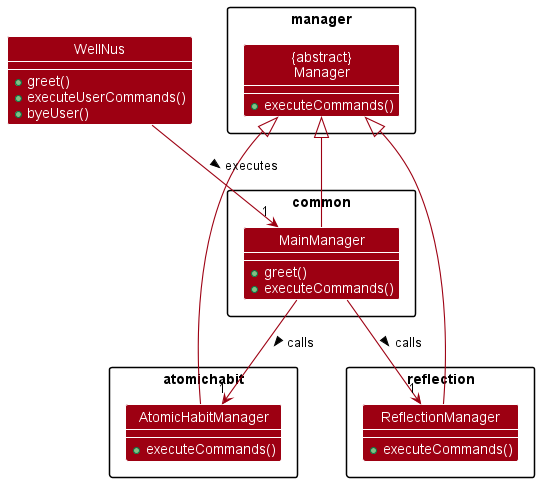
The PlantUML diagram docs/diagrams/Manager.png in wenxin-c/tp, before a commit.
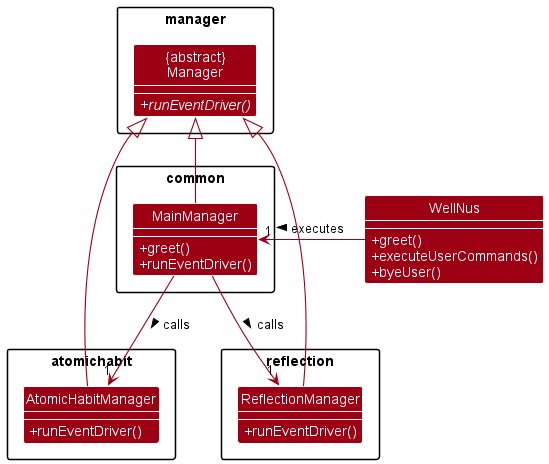
After the commit.

Commit message:
Update DeveloperGuide Manager UML

Diff of the diagram source:
```diff
@@ -7,7 +7,7 @@
 Package common {
 Class MainManager {
 +greet()
-+executeCommands()
++runEventDriver()
 }
 }
 
@@ -19,28 +19,28 @@
 
 Package manager {
 Class "{abstract}\nManager" as Manager {
-+executeCommands()
++{abstract} runEventDriver()
 }
 }
 
 Package atomichabit {
 Class AtomicHabitManager {
-+executeCommands()
++runEventDriver()
 }
 }
 
 Package reflection {
 Class ReflectionManager {
-+executeCommands()
++runEventDriver()
 }
 }
 
 Manager <|-- MainManager
-Manager <|-- AtomicHabitManager
-Manager <|-- ReflectionManager
+Manager <|- AtomicHabitManager
+Manager <|- ReflectionManager
 
-WellNus --> "1"MainManager : executes >
-MainManager --> "1"AtomicHabitManager : calls >
-MainManager --> "1"ReflectionManager : calls >
+WellNus -> "1" MainManager : executes >
+MainManager --> "1" AtomicHabitManager : calls >
+MainManager --> "1" ReflectionManager : calls >
 
 @enduml
```
